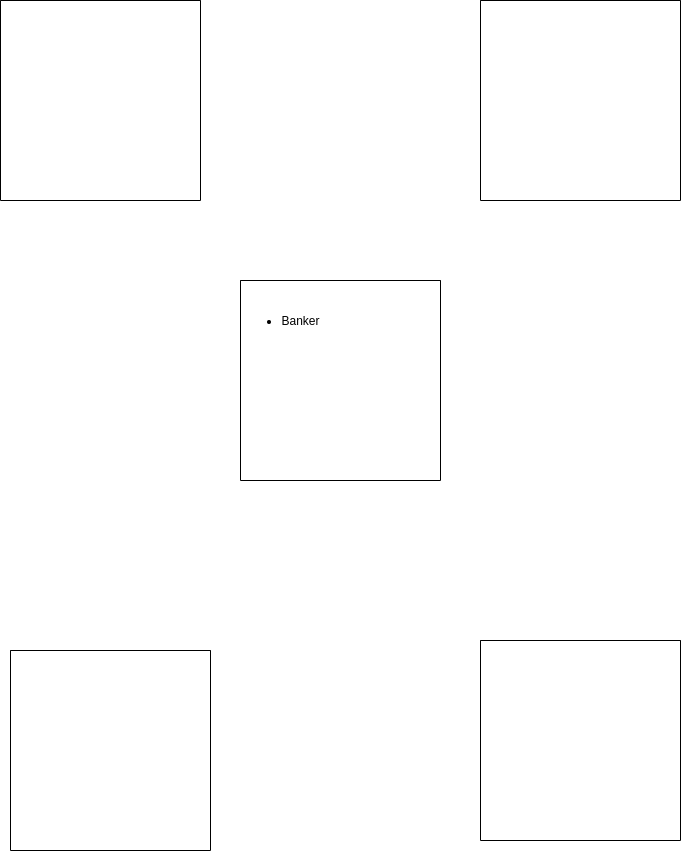
Above: drawio/finansiering.png in joernih/SFB30820Finansteori (draw.io), before the change. Source tidied: cells renumbered, new cells last; positions are measured from the earlier drawing's top-left corner, leaving out a move shared by most shapes. Source of this version:
```xml
<mxGraphModel>
  <root>
    <mxCell id="0" />
    <mxCell id="1" parent="0" />
    <mxCell id="2" style="swimlane;startSize=0;" parent="1" vertex="1">
      <mxGeometry x="240" y="280" width="200" height="200" as="geometry" />
    </mxCell>
    <mxCell id="3" value="&lt;ul&gt;&lt;li&gt;Banker&lt;/li&gt;&lt;/ul&gt;" style="text;html=1;align=center;verticalAlign=middle;strokeColor=none;" parent="1" vertex="1">
      <mxGeometry x="235" y="300" width="90" height="40" as="geometry" />
    </mxCell>
    <mxCell id="4" style="swimlane;startSize=0;" parent="1" vertex="1">
      <mxGeometry width="200" height="200" as="geometry" />
    </mxCell>
    <mxCell id="5" style="swimlane;startSize=0;" parent="1" vertex="1">
      <mxGeometry x="480" width="200" height="200" as="geometry" />
    </mxCell>
    <mxCell id="6" style="swimlane;startSize=0;" parent="1" vertex="1">
      <mxGeometry x="10" y="650" width="200" height="200" as="geometry" />
    </mxCell>
    <mxCell id="7" style="swimlane;startSize=0;" parent="1" vertex="1">
      <mxGeometry x="480" y="640" width="200" height="200" as="geometry" />
    </mxCell>
  </root>
</mxGraphModel>
```
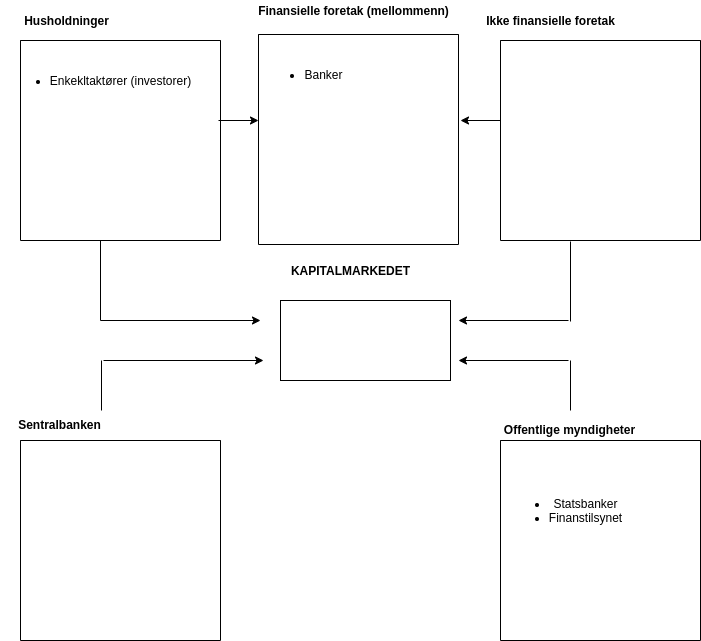
After the change.

Change to the diagram source:
```diff
@@ -3,22 +3,109 @@
     <mxCell id="0" />
     <mxCell id="1" parent="0" />
     <mxCell id="2" style="swimlane;startSize=0;" parent="1" vertex="1">
-      <mxGeometry x="240" y="280" width="200" height="200" as="geometry" />
+      <mxGeometry x="238" y="-86" width="200" height="210" as="geometry" />
     </mxCell>
     <mxCell id="3" value="&lt;ul&gt;&lt;li&gt;Banker&lt;/li&gt;&lt;/ul&gt;" style="text;html=1;align=center;verticalAlign=middle;strokeColor=none;" parent="1" vertex="1">
-      <mxGeometry x="235" y="300" width="90" height="40" as="geometry" />
+      <mxGeometry x="238" y="-66" width="90" height="40" as="geometry" />
     </mxCell>
     <mxCell id="4" style="swimlane;startSize=0;" parent="1" vertex="1">
-      <mxGeometry width="200" height="200" as="geometry" />
+      <mxGeometry y="-80" width="200" height="200" as="geometry" />
     </mxCell>
+    <mxCell id="8" value="&lt;ul&gt;&lt;li&gt;Enkekltaktører (investorer)&lt;/li&gt;&lt;/ul&gt;" style="text;html=1;align=center;verticalAlign=middle;strokeColor=none;" parent="4" vertex="1">
+      <mxGeometry x="-20" y="20" width="200" height="40" as="geometry" />
+    </mxCell>
     <mxCell id="5" style="swimlane;startSize=0;" parent="1" vertex="1">
-      <mxGeometry x="480" width="200" height="200" as="geometry" />
+      <mxGeometry x="480" y="-80" width="200" height="200" as="geometry" />
     </mxCell>
     <mxCell id="6" style="swimlane;startSize=0;" parent="1" vertex="1">
-      <mxGeometry x="10" y="650" width="200" height="200" as="geometry" />
+      <mxGeometry y="320" width="200" height="200" as="geometry" />
     </mxCell>
     <mxCell id="7" style="swimlane;startSize=0;" parent="1" vertex="1">
-      <mxGeometry x="480" y="640" width="200" height="200" as="geometry" />
+      <mxGeometry x="480" y="320" width="200" height="200" as="geometry" />
     </mxCell>
+    <mxCell id="9" value="&lt;ul&gt;&lt;li&gt;Statsbanker&lt;/li&gt;&lt;li&gt;Finanstilsynet&lt;/li&gt;&lt;/ul&gt;" style="text;html=1;align=center;verticalAlign=middle;strokeColor=none;" parent="7" vertex="1">
+      <mxGeometry y="40" width="130" height="60" as="geometry" />
+    </mxCell>
+    <mxCell id="10" value="Husholdninger" style="text;html=1;align=center;verticalAlign=middle;strokeColor=none;fontStyle=1;" parent="1" vertex="1">
+      <mxGeometry x="-4" y="-110" width="100" height="20" as="geometry" />
+    </mxCell>
+    <mxCell id="11" value="Ikke finansielle foretak" style="text;html=1;align=center;verticalAlign=middle;strokeColor=none;fontStyle=1;" parent="1" vertex="1">
+      <mxGeometry x="460" y="-110" width="140" height="20" as="geometry" />
+    </mxCell>
+    <mxCell id="12" value="Finansielle foretak (mellommenn)" style="text;html=1;align=center;verticalAlign=middle;strokeColor=none;fontStyle=1;" parent="1" vertex="1">
+      <mxGeometry x="228" y="-120" width="210" height="20" as="geometry" />
+    </mxCell>
+    <mxCell id="13" value="Sentralbanken" style="text;html=1;align=center;verticalAlign=middle;strokeColor=none;fontStyle=1;" parent="1" vertex="1">
+      <mxGeometry x="-11" y="294" width="100" height="20" as="geometry" />
+    </mxCell>
+    <mxCell id="14" value="Offentlige myndigheter" style="text;html=1;align=center;verticalAlign=middle;strokeColor=none;fontStyle=1;" parent="1" vertex="1">
+      <mxGeometry x="474" y="299" width="150" height="20" as="geometry" />
+    </mxCell>
+    <mxCell id="15" value="&lt;b&gt;KAPITALMARKEDET&lt;/b&gt;" style="text;html=1;align=center;verticalAlign=middle;strokeColor=none;" parent="1" vertex="1">
+      <mxGeometry x="265" y="140" width="130" height="20" as="geometry" />
+    </mxCell>
+    <mxCell id="16" style="endArrow=classic;html=1;" parent="1" edge="1">
+      <mxGeometry relative="1" as="geometry">
+        <mxPoint x="198" as="sourcePoint" />
+        <mxPoint x="238" as="targetPoint" />
+      </mxGeometry>
+    </mxCell>
+    <mxCell id="17" style="endArrow=classic;html=1;" parent="1" edge="1">
+      <mxGeometry relative="1" as="geometry">
+        <mxPoint x="480" as="sourcePoint" />
+        <mxPoint x="440" as="targetPoint" />
+      </mxGeometry>
+    </mxCell>
+    <mxCell id="18" style="endArrow=classic;html=1;" parent="1" edge="1">
+      <mxGeometry relative="1" as="geometry">
+        <mxPoint x="80" y="200" as="sourcePoint" />
+        <mxPoint x="240" y="200" as="targetPoint" />
+      </mxGeometry>
+    </mxCell>
+    <mxCell id="19" style="endArrow=classic;html=1;" parent="1" edge="1">
+      <mxGeometry relative="1" as="geometry">
+        <mxPoint x="83" y="240" as="sourcePoint" />
+        <mxPoint x="243" y="240" as="targetPoint" />
+      </mxGeometry>
+    </mxCell>
+    <mxCell id="20" style="endArrow=classic;html=1;" parent="1" edge="1">
+      <mxGeometry relative="1" as="geometry">
+        <mxPoint x="548" y="200" as="sourcePoint" />
+        <mxPoint x="438" y="200" as="targetPoint" />
+      </mxGeometry>
+    </mxCell>
+    <mxCell id="21" style="endArrow=classic;html=1;" parent="1" edge="1">
+      <mxGeometry relative="1" as="geometry">
+        <mxPoint x="548" y="240" as="sourcePoint" />
+        <mxPoint x="438" y="240" as="targetPoint" />
+      </mxGeometry>
+    </mxCell>
+    <mxCell id="22" style="endArrow=none;html=1;" parent="1" edge="1">
+      <mxGeometry relative="1" as="geometry">
+        <mxPoint x="81" y="290" as="sourcePoint" />
+        <mxPoint x="81" y="240" as="targetPoint" />
+      </mxGeometry>
+    </mxCell>
+    <mxCell id="23" style="endArrow=none;html=1;" parent="1" edge="1">
+      <mxGeometry relative="1" as="geometry">
+        <mxPoint x="80" y="200" as="sourcePoint" />
+        <mxPoint x="80" y="120" as="targetPoint" />
+      </mxGeometry>
+    </mxCell>
+    <mxCell id="24" style="endArrow=none;html=1;" parent="1" edge="1">
+      <mxGeometry relative="1" as="geometry">
+        <mxPoint x="550" y="201" as="sourcePoint" />
+        <mxPoint x="550" y="121" as="targetPoint" />
+      </mxGeometry>
+    </mxCell>
+    <mxCell id="25" style="endArrow=none;html=1;" parent="1" edge="1">
+      <mxGeometry relative="1" as="geometry">
+        <mxPoint x="550" y="290" as="sourcePoint" />
+        <mxPoint x="550" y="240" as="targetPoint" />
+      </mxGeometry>
+    </mxCell>
+    <mxCell id="26" style="rounded=0;whiteSpace=wrap;html=1;" parent="1" vertex="1">
+      <mxGeometry x="260" y="180" width="170" height="80" as="geometry" />
+    </mxCell>
   </root>
 </mxGraphModel>
```
